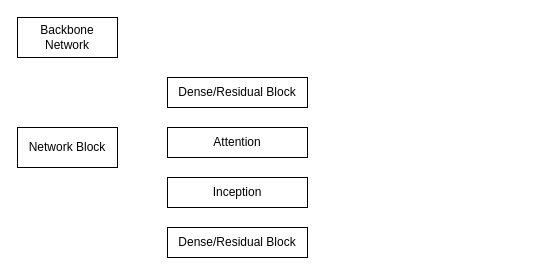
zepherusqin/zepherusqin.github.io keeps this draw.io diagram as page "Page-4" (4 of 5) of Untitled Diagram.drawio. Above is the earlier version. Source tidied: cells renumbered, new cells numbered last; positions are measured from the earlier drawing's top-left corner, leaving out a move shared by most shapes. Both pictures are drawn from the tidied source at 100%, with x=0, y=0 at pixel (17, 17). Pictures stored in the file or linked from it are replaced by grey dashed boxes.
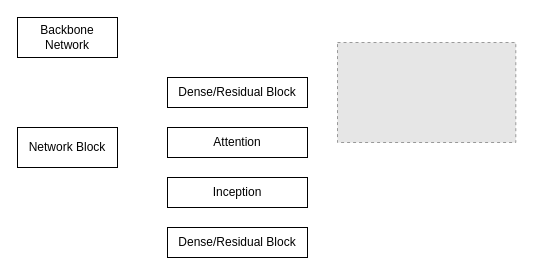
After the change.

The edit, as a diff of the source:
```diff
@@
 <mxGraphModel>
   <root>
     <mxCell id="0" />
     <mxCell id="1" parent="0" />
     <mxCell id="2" value="Backbone Network" style="rounded=0;whiteSpace=wrap;html=1;" parent="1" vertex="1">
       <mxGeometry width="100" height="40" as="geometry" />
     </mxCell>
     <mxCell id="3" value="Network Block" style="rounded=0;whiteSpace=wrap;html=1;" parent="1" vertex="1">
       <mxGeometry y="110" width="100" height="40" as="geometry" />
     </mxCell>
     <mxCell id="4" value="Dense/Residual Block" style="rounded=0;whiteSpace=wrap;html=1;" parent="1" vertex="1">
       <mxGeometry x="150" y="60" width="140" height="30" as="geometry" />
     </mxCell>
     <mxCell id="5" value="Attention" style="rounded=0;whiteSpace=wrap;html=1;" parent="1" vertex="1">
       <mxGeometry x="150" y="110" width="140" height="30" as="geometry" />
     </mxCell>
     <mxCell id="6" value="Inception" style="rounded=0;whiteSpace=wrap;html=1;" parent="1" vertex="1">
       <mxGeometry x="150" y="160" width="140" height="30" as="geometry" />
     </mxCell>
     <mxCell id="7" value="Dense/Residual Block" style="rounded=0;whiteSpace=wrap;html=1;" parent="1" vertex="1">
       <mxGeometry x="150" y="210" width="140" height="30" as="geometry" />
     </mxCell>
+    <mxCell id="8" style="fillColor=#E6E6E6;strokeColor=#999999;dashed=1;verticalLabelPosition=bottom;labelBackgroundColor=#ffffff;verticalAlign=top;" parent="1" vertex="1">
+      <mxGeometry x="320" y="25" width="178.3" height="100" as="geometry" />
+    </mxCell>
   </root>
 </mxGraphModel>
```
